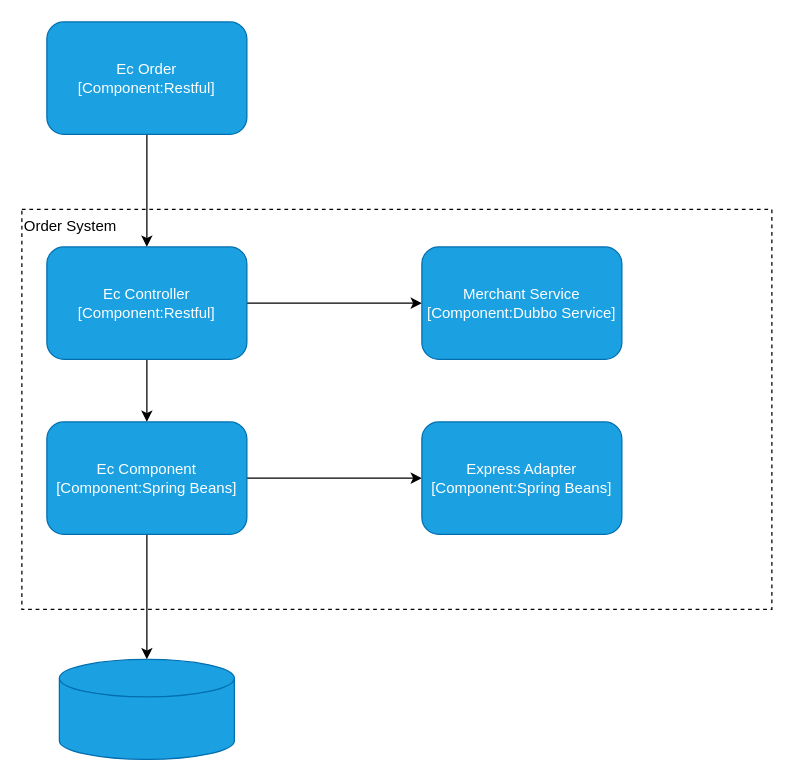
Above: page "3.1-组件" (3 of 3) of 智能云仓.drawio in lafite1987/draw (draw.io), before the change. Source tidied: cells renumbered, new cells numbered last; positions are measured from the earlier drawing's top-left corner, leaving out a move shared by most shapes. Both pictures are drawn from the tidied source at 125%, with x=0, y=0 at pixel (21, 21).
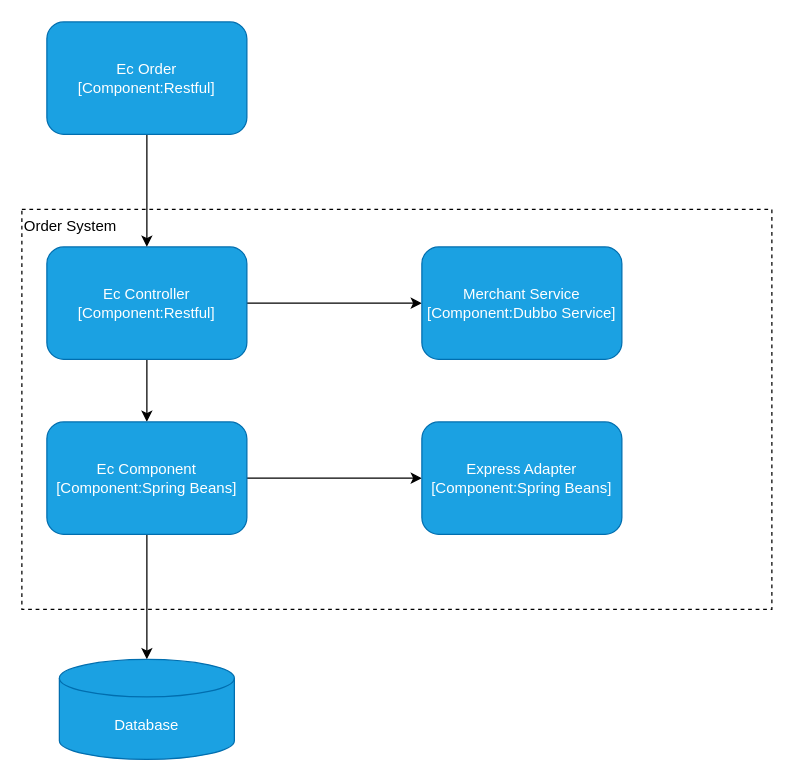
The same diagram, later.

What changed in the source:
```diff
@@
 <mxGraphModel>
   <root>
     <mxCell id="0" />
     <mxCell id="1" parent="0" />
     <mxCell id="2" value="Order System" style="rounded=0;whiteSpace=wrap;html=1;dashed=1;verticalAlign=top;align=left;" parent="1" vertex="1">
       <mxGeometry y="150" width="600" height="320" as="geometry" />
     </mxCell>
     <mxCell id="3" style="edgeStyle=orthogonalEdgeStyle;rounded=0;jettySize=auto;html=1;exitX=0.5;exitY=1;exitDx=0;exitDy=0;" parent="1" edge="1" source="5" target="8">
       <mxGeometry relative="1" as="geometry" />
     </mxCell>
     <mxCell id="4" style="edgeStyle=orthogonalEdgeStyle;rounded=0;jettySize=auto;html=1;exitX=1;exitY=0.5;exitDx=0;exitDy=0;entryX=0;entryY=0.5;entryDx=0;entryDy=0;" parent="1" edge="1" source="5" target="9">
       <mxGeometry relative="1" as="geometry" />
     </mxCell>
     <mxCell id="5" value="Ec Controller&lt;br&gt;[Component:Restful]" style="rounded=1;whiteSpace=wrap;html=1;fillColor=#1ba1e2;fontColor=#ffffff;strokeColor=#006EAF;" parent="1" vertex="1">
       <mxGeometry x="20" y="180" width="160" height="90" as="geometry" />
     </mxCell>
     <mxCell id="6" style="edgeStyle=orthogonalEdgeStyle;rounded=0;jettySize=auto;html=1;exitX=1;exitY=0.5;exitDx=0;exitDy=0;" parent="1" edge="1" source="8" target="10">
       <mxGeometry relative="1" as="geometry" />
     </mxCell>
     <mxCell id="7" style="edgeStyle=orthogonalEdgeStyle;rounded=0;jettySize=auto;html=1;exitX=0.5;exitY=1;exitDx=0;exitDy=0;entryX=0.5;entryY=0;entryDx=0;entryDy=0;entryPerimeter=0;" parent="1" edge="1" source="8" target="13">
       <mxGeometry relative="1" as="geometry" />
     </mxCell>
     <mxCell id="8" value="Ec Component&lt;br&gt;[Component:Spring Beans]" style="rounded=1;whiteSpace=wrap;html=1;fillColor=#1ba1e2;fontColor=#ffffff;strokeColor=#006EAF;" parent="1" vertex="1">
       <mxGeometry x="20" y="320" width="160" height="90" as="geometry" />
     </mxCell>
     <mxCell id="9" value="Merchant Service&lt;br&gt;[Component:Dubbo Service]" style="rounded=1;whiteSpace=wrap;html=1;fillColor=#1ba1e2;fontColor=#ffffff;strokeColor=#006EAF;" parent="1" vertex="1">
       <mxGeometry x="320" y="180" width="160" height="90" as="geometry" />
     </mxCell>
     <mxCell id="10" value="Express Adapter&lt;br&gt;[Component:Spring Beans]" style="rounded=1;whiteSpace=wrap;html=1;fillColor=#1ba1e2;fontColor=#ffffff;strokeColor=#006EAF;" parent="1" vertex="1">
       <mxGeometry x="320" y="320" width="160" height="90" as="geometry" />
     </mxCell>
     <mxCell id="11" style="edgeStyle=orthogonalEdgeStyle;rounded=0;jettySize=auto;html=1;" parent="1" edge="1" source="12" target="5">
       <mxGeometry relative="1" as="geometry" />
     </mxCell>
     <mxCell id="12" value="Ec Order&lt;br&gt;[Component:Restful]" style="rounded=1;whiteSpace=wrap;html=1;fillColor=#1ba1e2;fontColor=#ffffff;strokeColor=#006EAF;" parent="1" vertex="1">
       <mxGeometry x="20" width="160" height="90" as="geometry" />
     </mxCell>
-    <mxCell id="13" style="shape=cylinder3;whiteSpace=wrap;html=1;boundedLbl=1;backgroundOutline=1;size=15;fillColor=#1ba1e2;fontColor=#ffffff;strokeColor=#006EAF;" parent="1" vertex="1">
+    <mxCell id="13" value="Database" style="shape=cylinder3;whiteSpace=wrap;html=1;boundedLbl=1;backgroundOutline=1;size=15;fillColor=#1ba1e2;fontColor=#ffffff;strokeColor=#006EAF;" parent="1" vertex="1">
       <mxGeometry x="30" y="510" width="140" height="80" as="geometry" />
     </mxCell>
   </root>
 </mxGraphModel>
```
